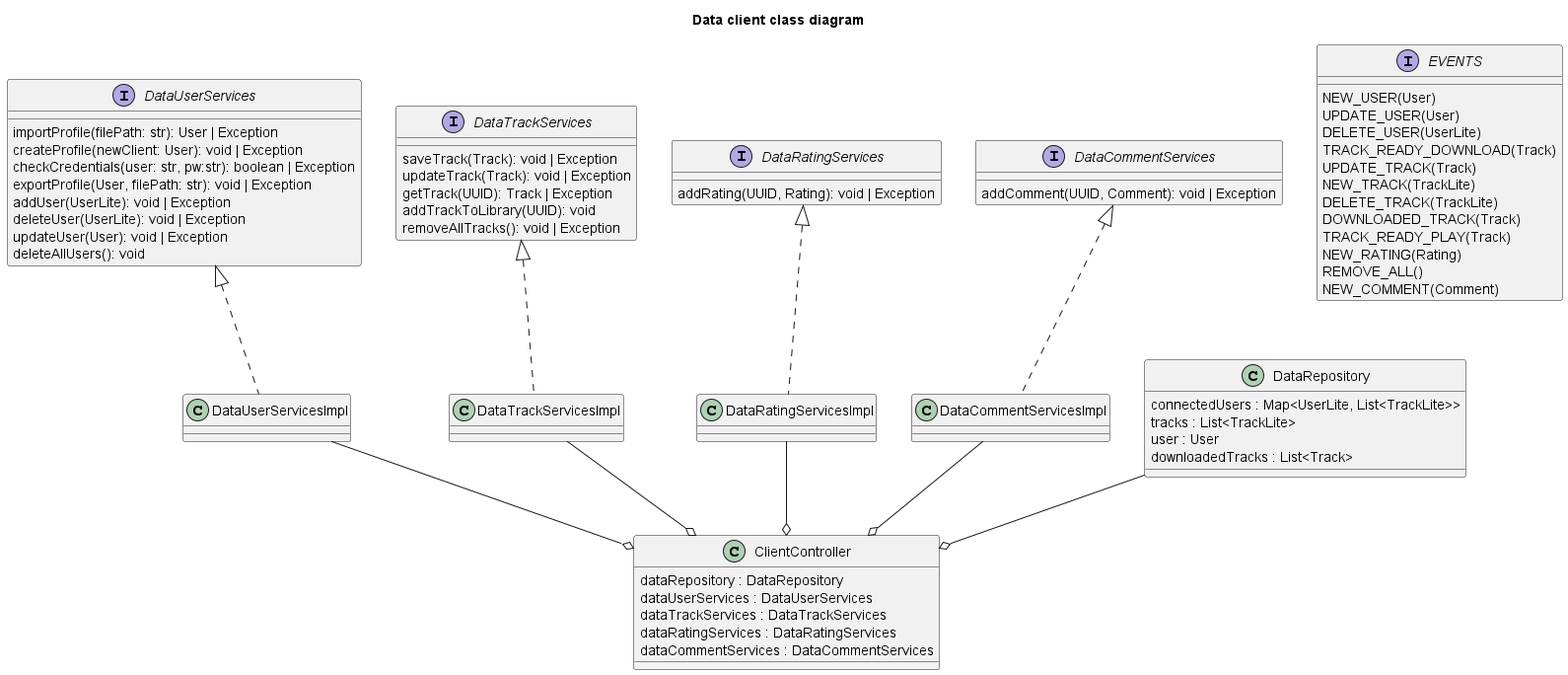
UTCAI12/Diagrams keeps this PlantUML diagram as website/images/class/2.1 Data client class diagram.png. Above is the earlier version.
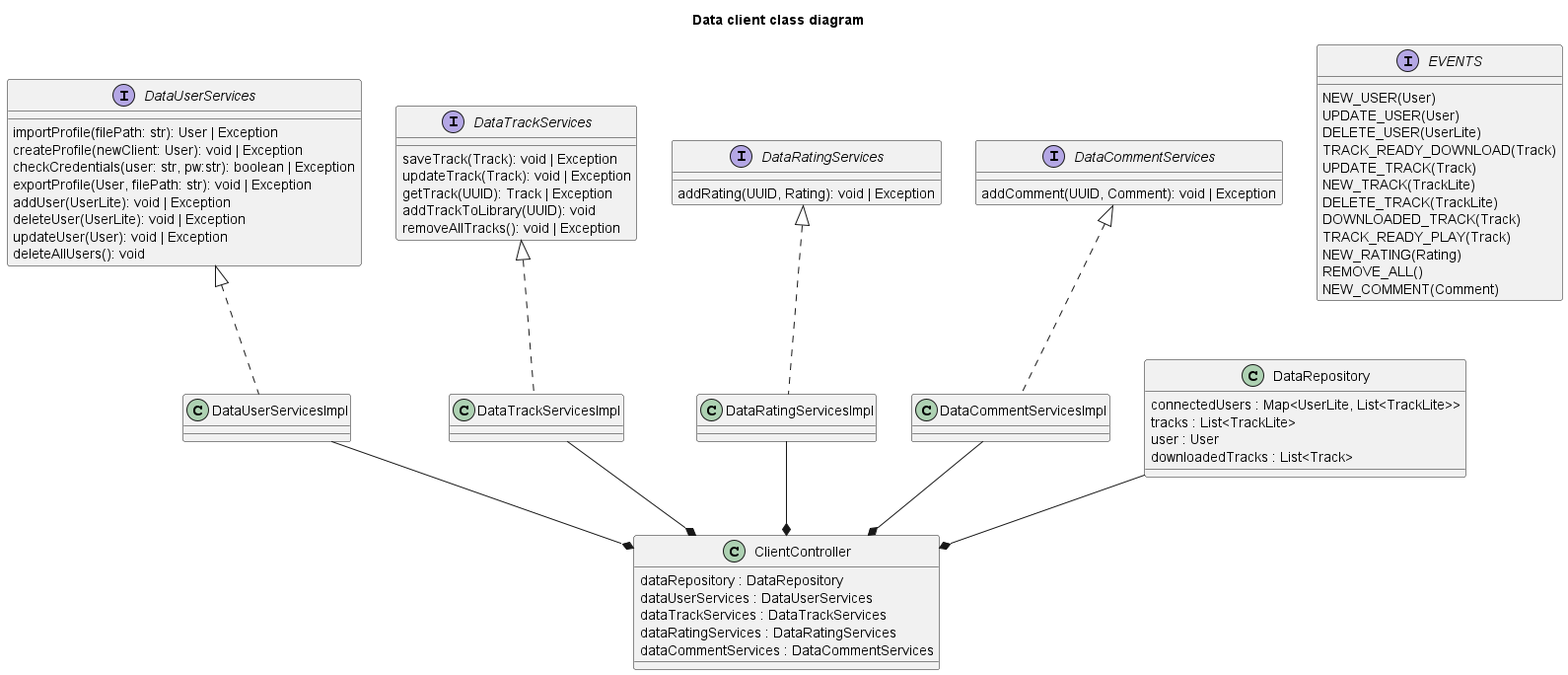
After the commit.

What changed in the source:
```diff
@@ -60,11 +60,11 @@
         downloadedTracks : List<Track>
     }
 
-    DataRepository --o ClientController
-    DataUserServicesImpl --o ClientController
-    DataTrackServicesImpl --o ClientController
-    DataRatingServicesImpl --o ClientController
-    DataCommentServicesImpl --o ClientController
+    DataRepository --* ClientController
+    DataUserServicesImpl --* ClientController
+    DataTrackServicesImpl --* ClientController
+    DataRatingServicesImpl --* ClientController
+    DataCommentServicesImpl --* ClientController
 
     interface EVENTS {
         NEW_USER(User)
```
